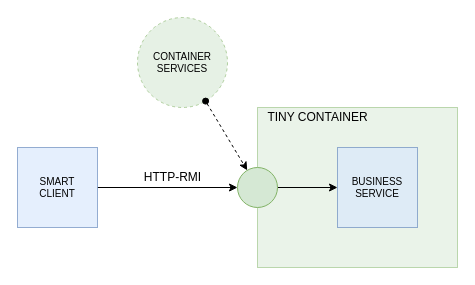
Above: page "Container Concept" (1 of 15) of docs/container.drawio in js-lib-com/tiny-container (draw.io), before the change. Source tidied: cells renumbered, new cells numbered last; positions are measured from the earlier drawing's top-left corner, leaving out a move shared by most shapes. Both pictures are drawn from the tidied source at 100%, with x=0, y=0 at pixel (17, 17).
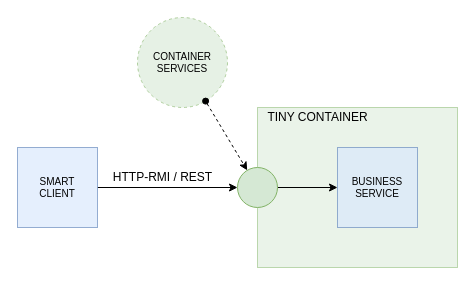
Above is the later version.

Commit message (it also covers changes not shown here):
Rename HTTP-RMI package to js.tiny.container.rmi

Diff of the diagram source:
```diff
@@
 <mxGraphModel>
   <root>
     <mxCell id="0" />
     <mxCell id="1" parent="0" />
     <mxCell id="2" style="rounded=0;whiteSpace=wrap;html=1;fillColor=#d5e8d4;strokeColor=#82b366;opacity=50;" parent="1" vertex="1">
       <mxGeometry x="240" y="90" width="200" height="160" as="geometry" />
     </mxCell>
     <mxCell id="3" style="edgeStyle=orthogonalEdgeStyle;rounded=0;jettySize=auto;html=1;" parent="1" edge="1" source="4" target="7">
       <mxGeometry relative="1" as="geometry" />
     </mxCell>
     <mxCell id="4" value="SMART&lt;br&gt;CLIENT" style="whiteSpace=wrap;html=1;fontSize=10;fillColor=#dae8fc;strokeColor=#6c8ebf;opacity=70;" parent="1" vertex="1">
       <mxGeometry y="130" width="80" height="80" as="geometry" />
     </mxCell>
     <mxCell id="5" value="BUSINESS&lt;br&gt;SERVICE" style="whiteSpace=wrap;html=1;fontSize=10;fillColor=#dae8fc;strokeColor=#6c8ebf;opacity=70;" parent="1" vertex="1">
       <mxGeometry x="320" y="130" width="80" height="80" as="geometry" />
     </mxCell>
     <mxCell id="6" style="edgeStyle=orthogonalEdgeStyle;rounded=0;jettySize=auto;html=1;" parent="1" edge="1" source="7" target="5">
       <mxGeometry relative="1" as="geometry" />
     </mxCell>
     <mxCell id="7" style="ellipse;whiteSpace=wrap;html=1;fillColor=#d5e8d4;strokeColor=#82b366;" parent="1" vertex="1">
       <mxGeometry x="220" y="150" width="40" height="40" as="geometry" />
     </mxCell>
     <mxCell id="8" value="TINY CONTAINER" style="text;html=1;align=center;verticalAlign=middle;strokeColor=none;fillColor=none;" parent="1" vertex="1">
       <mxGeometry x="240" y="90" width="120" height="20" as="geometry" />
     </mxCell>
     <mxCell id="9" value="CONTAINER&lt;br&gt;SERVICES" style="ellipse;whiteSpace=wrap;html=1;rounded=1;fontSize=10;strokeColor=#82b366;fillColor=#d5e8d4;verticalAlign=middle;spacing=0;opacity=60;dashed=1;" parent="1" vertex="1">
       <mxGeometry x="120" width="90" height="90" as="geometry" />
     </mxCell>
     <mxCell id="10" style="endArrow=classic;dashed=1;html=1;startArrow=oval;startFill=1;endFill=1;" parent="1" edge="1" source="9" target="7">
       <mxGeometry relative="1" as="geometry" />
     </mxCell>
-    <mxCell id="11" value="HTTP-RMI" style="text;html=1;align=center;verticalAlign=middle;strokeColor=none;fillColor=none;" parent="1" vertex="1">
-      <mxGeometry x="120" y="150" width="70" height="20" as="geometry" />
+    <mxCell id="11" value="HTTP-RMI / REST" style="text;html=1;align=center;verticalAlign=middle;strokeColor=none;fillColor=none;" parent="1" vertex="1">
+      <mxGeometry x="90" y="150" width="110" height="20" as="geometry" />
     </mxCell>
   </root>
 </mxGraphModel>
```
